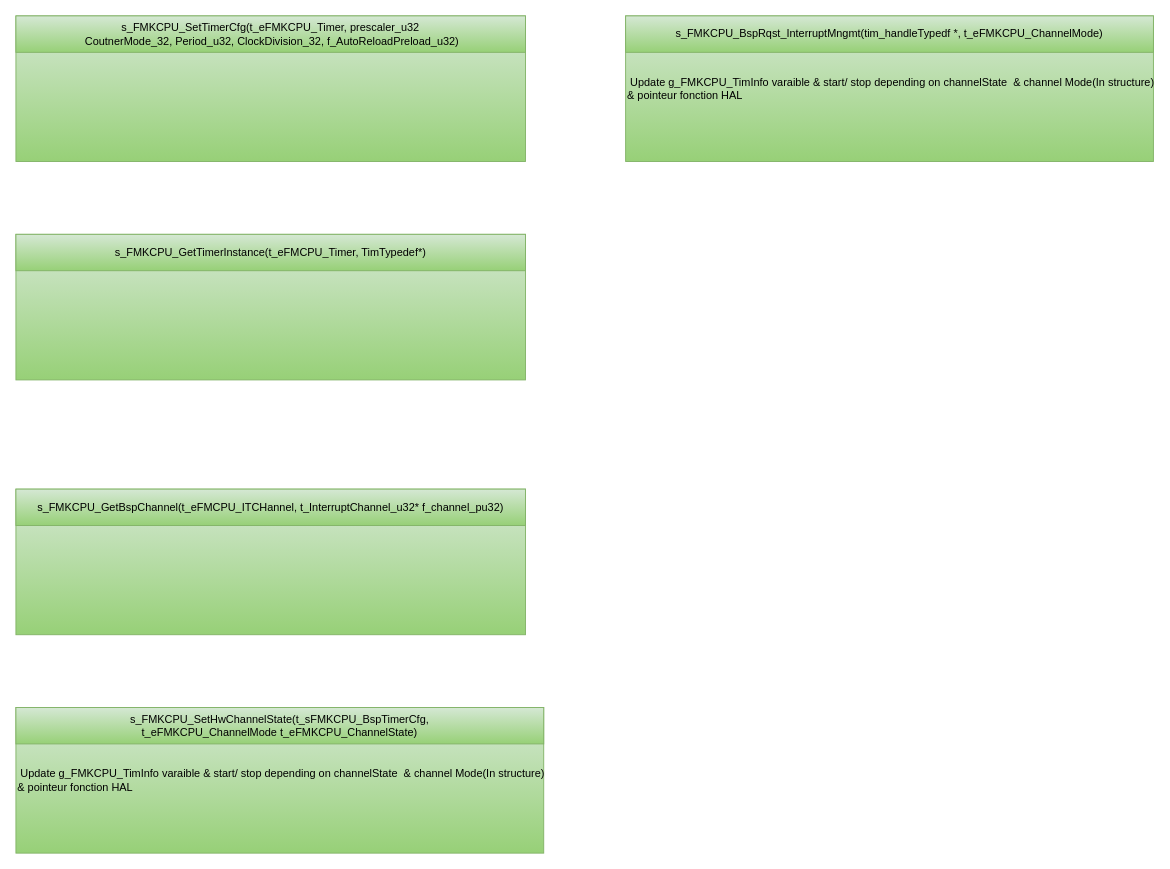
Earlier version of the draw.io diagram page "Static API" (2 of 14) of src/1_FMK/FMK_HAL/FMK_CPU/Doc/FMK_CPU.drawio (mbarbeau0545/Stm32PrjTpl). Source tidied: cells renumbered, new cells numbered last; positions are measured from the earlier drawing's top-left corner, leaving out a move shared by most shapes. Both pictures are drawn from the tidied source at 91%, with x=0, y=0 at pixel (15, 15).
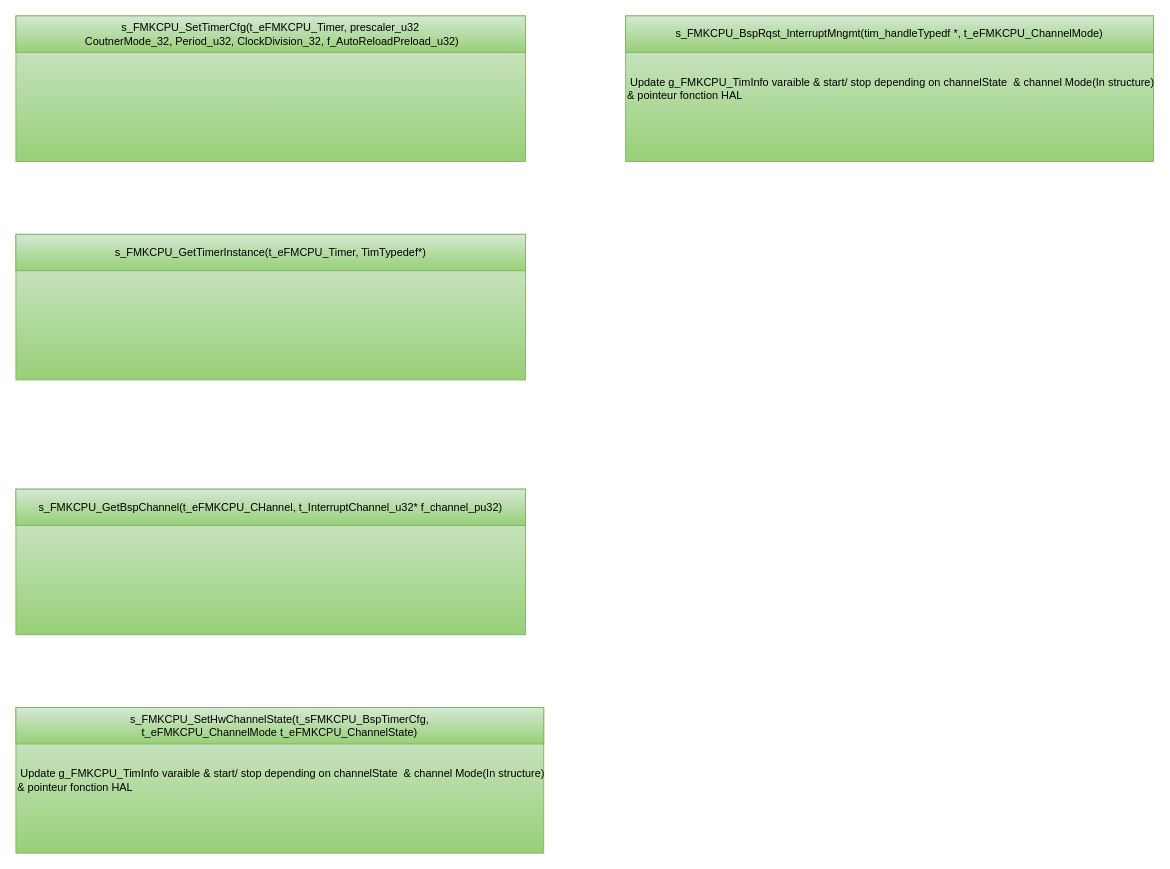
After the change.

The edit, as a diff of the source:
```diff
@@
 <mxGraphModel>
   <root>
     <mxCell id="0" />
     <mxCell id="1" parent="0" />
     <mxCell id="2" style="group;" parent="1" vertex="1">
       <mxGeometry width="560" height="160" as="geometry" />
     </mxCell>
     <mxCell id="3" style="rounded=0;whiteSpace=wrap;html=1;fillColor=#d5e8d4;gradientColor=#97d077;strokeColor=#82b366;fontColor=#000000;align=left;" parent="2" vertex="1">
       <mxGeometry width="560" height="160" as="geometry" />
     </mxCell>
     <mxCell id="4" value="s_FMKCPU_SetTimerCfg(&lt;span style=&quot;text-wrap: nowrap; text-align: left;&quot;&gt;t_eFMKCPU_Timer&lt;/span&gt;&lt;span style=&quot;text-wrap: nowrap; text-align: left;&quot;&gt;, prescaler_u32&lt;/span&gt;&lt;div&gt;&amp;nbsp;CoutnerMode_32, Period_u32, ClockDivision_32, f_AutoReloadPreload_u32)&lt;/div&gt;" style="rounded=0;whiteSpace=wrap;html=1;fillColor=#d5e8d4;gradientColor=#97d077;strokeColor=#82b366;fontColor=#000000;" parent="2" vertex="1">
       <mxGeometry width="560" height="40" as="geometry" />
     </mxCell>
     <mxCell id="5" style="group;" parent="1" vertex="1">
       <mxGeometry y="240" width="560" height="160" as="geometry" />
     </mxCell>
     <mxCell id="6" style="rounded=0;whiteSpace=wrap;html=1;fillColor=#d5e8d4;gradientColor=#97d077;strokeColor=#82b366;fontColor=#000000;align=left;" parent="5" vertex="1">
       <mxGeometry width="560" height="160" as="geometry" />
     </mxCell>
     <mxCell id="7" value="s_FMKCPU_GetTimerInstance(&lt;span style=&quot;text-align: left; text-wrap: nowrap;&quot;&gt;t_eFMCPU_Timer, TimTypedef&lt;/span&gt;&lt;span style=&quot;background-color: initial; text-wrap: nowrap; text-align: left;&quot;&gt;*&lt;/span&gt;&lt;span style=&quot;background-color: initial;&quot;&gt;)&lt;/span&gt;" style="rounded=0;whiteSpace=wrap;html=1;fillColor=#d5e8d4;gradientColor=#97d077;strokeColor=#82b366;fontColor=#000000;" parent="5" vertex="1">
       <mxGeometry width="560" height="40" as="geometry" />
     </mxCell>
     <mxCell id="8" style="group;" parent="1" vertex="1">
       <mxGeometry y="520" width="560" height="160" as="geometry" />
     </mxCell>
     <mxCell id="9" style="rounded=0;whiteSpace=wrap;html=1;fillColor=#d5e8d4;gradientColor=#97d077;strokeColor=#82b366;fontColor=#000000;align=left;" parent="8" vertex="1">
       <mxGeometry width="560" height="160" as="geometry" />
     </mxCell>
-    <mxCell id="10" value="s_FMKCPU_GetBspChannel(&lt;span style=&quot;text-align: left; text-wrap: nowrap;&quot;&gt;t_eFMCPU_ITCHannel&lt;/span&gt;&lt;span style=&quot;text-align: left; text-wrap: nowrap;&quot;&gt;,&amp;nbsp;&lt;/span&gt;&lt;span style=&quot;text-align: left; text-wrap: nowrap;&quot;&gt;t_InterruptChannel_u32&lt;/span&gt;&lt;span style=&quot;text-align: left; text-wrap: nowrap;&quot;&gt;* f_channel_pu32&lt;/span&gt;&lt;span style=&quot;background-color: initial;&quot;&gt;)&lt;/span&gt;" style="rounded=0;whiteSpace=wrap;html=1;fillColor=#d5e8d4;gradientColor=#97d077;strokeColor=#82b366;fontColor=#000000;" parent="8" vertex="1">
+    <mxCell id="10" value="s_FMKCPU_GetBspChannel(&lt;span style=&quot;text-align: left; text-wrap: nowrap;&quot;&gt;t_eFMKCPU_CHannel&lt;/span&gt;&lt;span style=&quot;text-align: left; text-wrap: nowrap;&quot;&gt;,&amp;nbsp;&lt;/span&gt;&lt;span style=&quot;text-align: left; text-wrap: nowrap;&quot;&gt;t_InterruptChannel_u32&lt;/span&gt;&lt;span style=&quot;text-align: left; text-wrap: nowrap;&quot;&gt;* f_channel_pu32&lt;/span&gt;&lt;span style=&quot;background-color: initial;&quot;&gt;)&lt;/span&gt;" style="rounded=0;whiteSpace=wrap;html=1;fillColor=#d5e8d4;gradientColor=#97d077;strokeColor=#82b366;fontColor=#000000;" parent="8" vertex="1">
       <mxGeometry width="560" height="40" as="geometry" />
     </mxCell>
     <mxCell id="11" style="group;" parent="1" vertex="1">
       <mxGeometry y="760" width="580" height="160" as="geometry" />
     </mxCell>
     <mxCell id="12" value="&amp;nbsp;Update&amp;nbsp;&lt;span style=&quot;text-wrap: nowrap;&quot;&gt;&lt;font style=&quot;font-size: 12px;&quot;&gt;g_FMKCPU_TimInfo varaible &amp;amp; start/ stop depending on channelState&amp;nbsp; &amp;amp; channel Mode(In structure)&lt;/font&gt;&lt;/span&gt;&lt;div&gt;&lt;span style=&quot;text-wrap: nowrap;&quot;&gt;&lt;font style=&quot;font-size: 12px;&quot;&gt;&amp;amp; pointeur fonction HAL&amp;nbsp;&lt;/font&gt;&lt;/span&gt;&lt;/div&gt;" style="rounded=0;whiteSpace=wrap;html=1;fillColor=#d5e8d4;gradientColor=#97d077;strokeColor=#82b366;fontColor=#000000;align=left;" parent="11" vertex="1">
       <mxGeometry width="580" height="160" as="geometry" />
     </mxCell>
     <mxCell id="13" value="&lt;font style=&quot;font-size: 12px;&quot;&gt;s_FMKCPU_SetHwChannelState(&lt;span style=&quot;text-align: left; text-wrap: nowrap;&quot;&gt;t_sFMKCPU_Bsp&lt;/span&gt;&lt;span style=&quot;text-align: left; text-wrap: nowrap; background-color: initial;&quot;&gt;TimerCfg&lt;/span&gt;&lt;span style=&quot;text-align: left; text-wrap: nowrap;&quot;&gt;,&lt;/span&gt;&lt;/font&gt;&lt;div&gt;&lt;font style=&quot;font-size: 12px;&quot;&gt;&lt;span style=&quot;text-align: left; text-wrap: nowrap;&quot;&gt;t_eFMKCPU_ChannelMode&lt;/span&gt;&lt;span style=&quot;text-align: left; text-wrap: nowrap;&quot;&gt;&amp;nbsp;&lt;/span&gt;t_eFMKCPU_ChannelState)&lt;/font&gt;&lt;/div&gt;" style="rounded=0;whiteSpace=wrap;html=1;fillColor=#d5e8d4;gradientColor=#97d077;strokeColor=#82b366;fontColor=#000000;" parent="11" vertex="1">
       <mxGeometry width="580" height="40" as="geometry" />
     </mxCell>
     <mxCell id="14" style="group;" parent="1" vertex="1">
       <mxGeometry x="670" width="580" height="160" as="geometry" />
     </mxCell>
     <mxCell id="15" value="&amp;nbsp;Update&amp;nbsp;&lt;span style=&quot;text-wrap: nowrap;&quot;&gt;&lt;font style=&quot;font-size: 12px;&quot;&gt;g_FMKCPU_TimInfo varaible &amp;amp; start/ stop depending on channelState&amp;nbsp; &amp;amp; channel Mode(In structure)&lt;/font&gt;&lt;/span&gt;&lt;div&gt;&lt;span style=&quot;text-wrap: nowrap;&quot;&gt;&lt;font style=&quot;font-size: 12px;&quot;&gt;&amp;amp; pointeur fonction HAL&amp;nbsp;&lt;/font&gt;&lt;/span&gt;&lt;/div&gt;" style="rounded=0;whiteSpace=wrap;html=1;fillColor=#d5e8d4;gradientColor=#97d077;strokeColor=#82b366;fontColor=#000000;align=left;" parent="14" vertex="1">
       <mxGeometry width="580" height="160" as="geometry" />
     </mxCell>
     <mxCell id="16" value="s_FMKCPU_BspRqst_InterruptMngmt(tim_handleTypedf *, t_eFMKCPU_ChannelMode)" style="rounded=0;whiteSpace=wrap;html=1;fillColor=#d5e8d4;gradientColor=#97d077;strokeColor=#82b366;fontColor=#000000;" parent="14" vertex="1">
       <mxGeometry width="580" height="40" as="geometry" />
     </mxCell>
   </root>
 </mxGraphModel>
```
